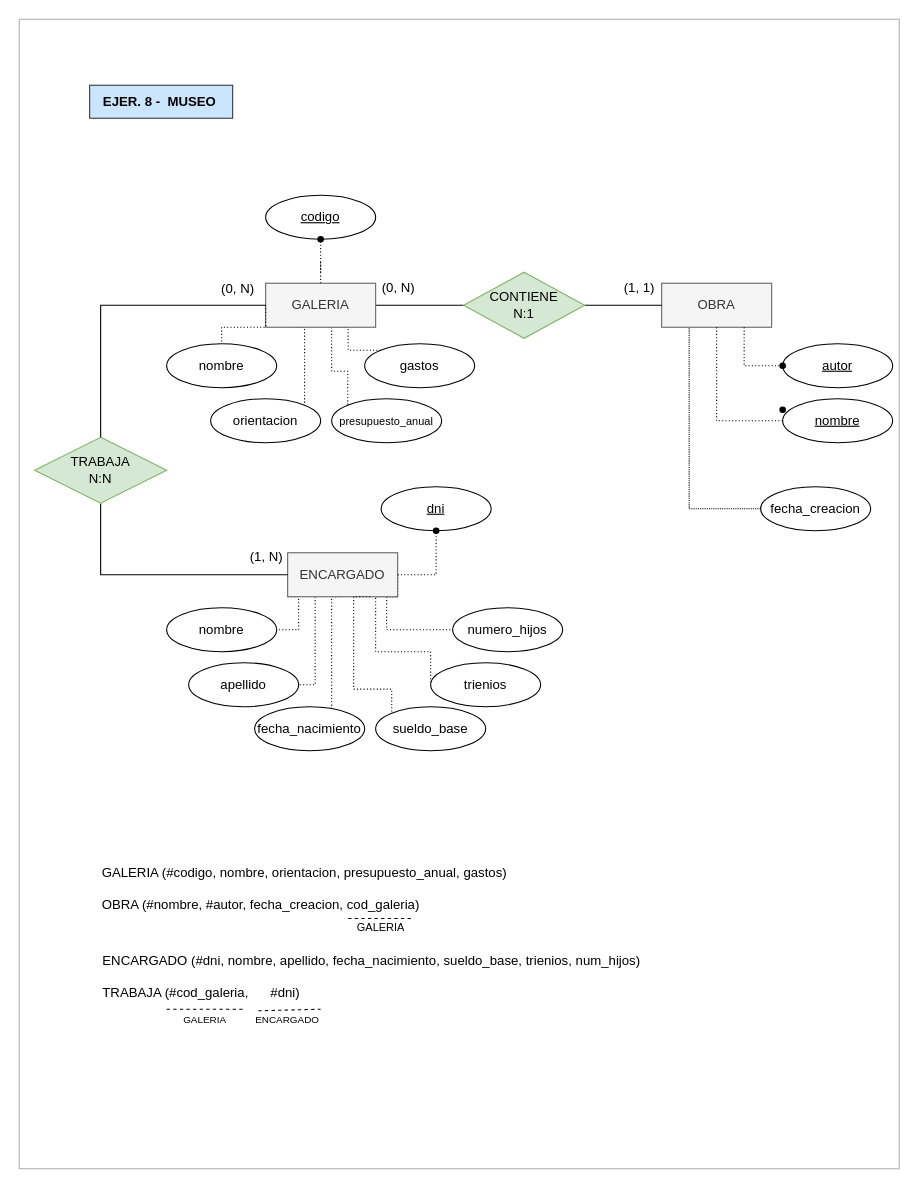
This is ejer8_museo_code.drawio from mdrp93/BASE-DE-DATOS, a draw.io file, before an edit. Source tidied: cells renumbered, new cells numbered last; positions are measured from the earlier drawing's top-left corner, leaving out a move shared by most shapes. Both pictures are drawn from the tidied source at 110%, with x=0, y=0 at pixel (19, 19).
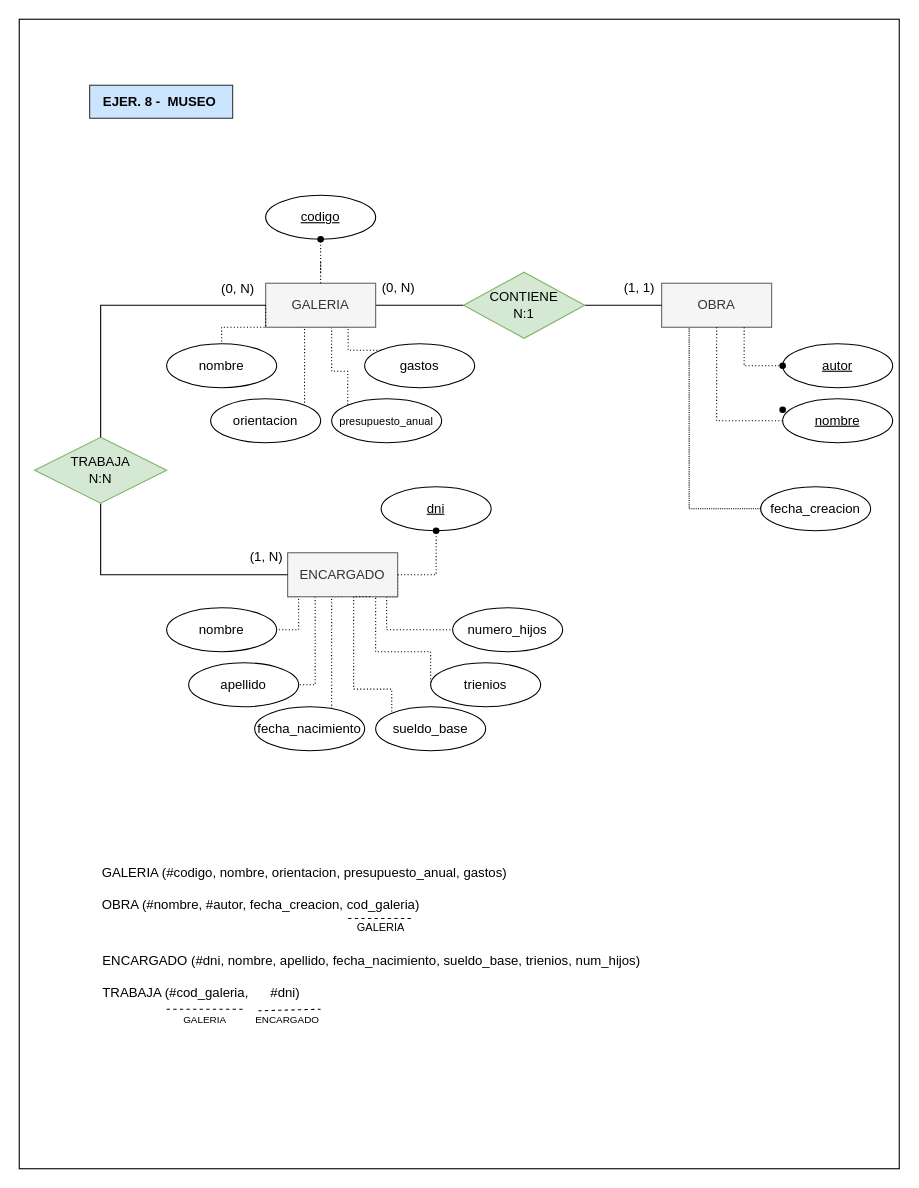
The same diagram, later.

Change to the diagram source:
```diff
@@
-    <mxCell id="2" style="rounded=0;whiteSpace=wrap;html=1;fillColor=none;strokeColor=#B3B3B3;" parent="1" vertex="1">
+    <mxCell id="2" style="rounded=0;whiteSpace=wrap;html=1;" parent="1" vertex="1">
       <mxGeometry width="800" height="1045" as="geometry" />
     </mxCell>
```
